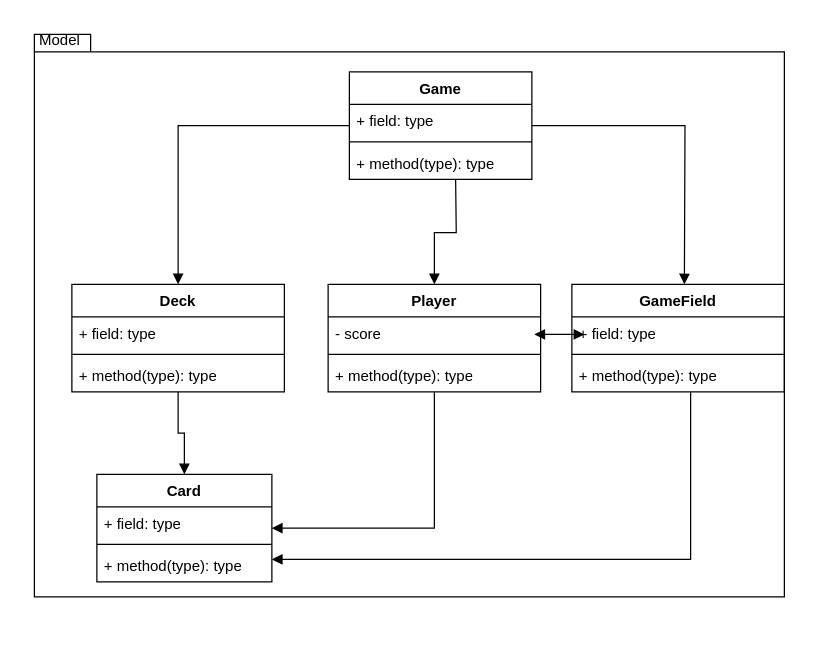
Before: page "ServerModel" (4 of 10) of Deliveries/UML.drawio in EliaDallanoce432/IS24-LB08, a draw.io diagram. Source tidied: cells renumbered, new cells numbered last; positions are measured from the earlier drawing's top-left corner, leaving out a move shared by most shapes. Both pictures are drawn from the tidied source at 125%, with x=0, y=0 at pixel (21, 21).
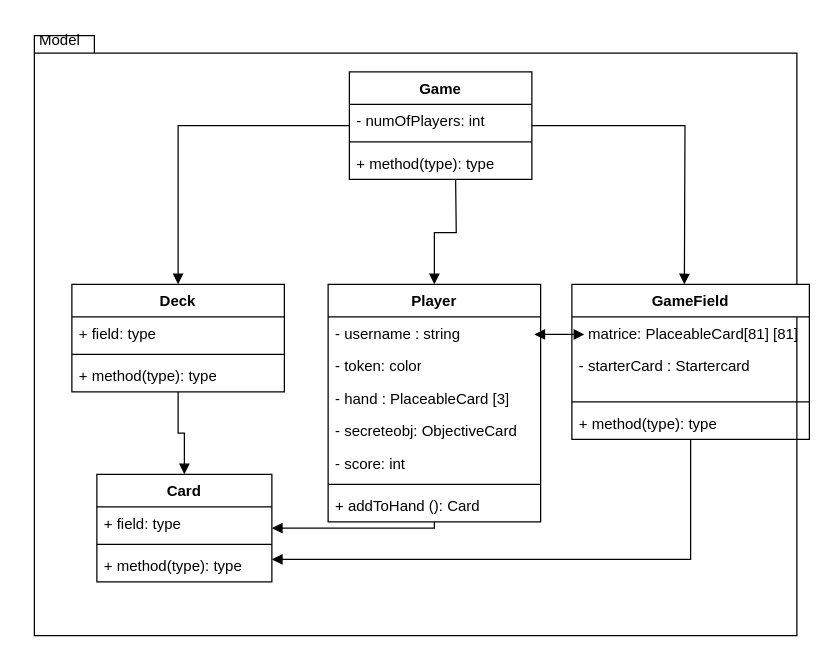
The same diagram, later.

Unchanged cells that the change refers to:
```xml
<mxCell id="3" value="Game" style="swimlane;fontStyle=1;align=center;verticalAlign=top;horizontal=1;startSize=26;whiteSpace=wrap;html=1;" parent="1" vertex="1">
  <mxGeometry x="262" y="40" width="146" height="86" as="geometry" />
</mxCell>
```

The edit, as a diff of the source:
```diff
@@
     <mxCell id="2" style="shape=folder;fontStyle=1;spacingTop=10;tabWidth=40;tabHeight=14;tabPosition=left;html=1;whiteSpace=wrap;" parent="1" vertex="1">
-      <mxGeometry x="10" y="10" width="600" height="450" as="geometry" />
+      <mxGeometry x="10" y="11" width="610" height="480" as="geometry" />
     </mxCell>
@@
-    <mxCell id="4" value="+ field: type" style="text;strokeColor=none;fillColor=none;align=left;verticalAlign=top;spacingLeft=4;spacingRight=4;overflow=hidden;whiteSpace=wrap;html=1;" parent="3" vertex="1">
+    <mxCell id="4" value="- numOfPlayers: int" style="text;strokeColor=none;fillColor=none;align=left;verticalAlign=top;spacingLeft=4;spacingRight=4;overflow=hidden;whiteSpace=wrap;html=1;" parent="3" vertex="1">
       <mxGeometry y="26" width="146" height="26" as="geometry" />
     </mxCell>
@@
     <mxCell id="11" value="GameField" style="swimlane;fontStyle=1;align=center;verticalAlign=top;horizontal=1;startSize=26;whiteSpace=wrap;html=1;" parent="1" vertex="1">
-      <mxGeometry x="440" y="210" width="170" height="86" as="geometry" />
+      <mxGeometry x="440" y="210" width="190" height="124" as="geometry" />
     </mxCell>
+    <mxCell id="31" value="- matrice: PlaceableCard[81] [81]" style="text;strokeColor=none;fillColor=none;align=left;verticalAlign=top;spacingLeft=4;spacingRight=4;overflow=hidden;whiteSpace=wrap;html=1;" parent="11" vertex="1">
+      <mxGeometry y="26" width="190" height="26" as="geometry" />
+    </mxCell>
-    <mxCell id="12" value="+ field: type" style="text;strokeColor=none;fillColor=none;align=left;verticalAlign=top;spacingLeft=4;spacingRight=4;overflow=hidden;whiteSpace=wrap;html=1;" parent="11" vertex="1">
-      <mxGeometry y="26" width="170" height="26" as="geometry" />
+    <mxCell id="12" value="- starterCard : Startercard" style="text;strokeColor=none;fillColor=none;align=left;verticalAlign=top;spacingLeft=4;spacingRight=4;overflow=hidden;whiteSpace=wrap;html=1;" parent="11" vertex="1">
+      <mxGeometry y="52" width="190" height="38" as="geometry" />
     </mxCell>
     <mxCell id="13" style="line;strokeWidth=1;fillColor=none;align=left;verticalAlign=middle;spacingTop=-1;spacingLeft=3;spacingRight=3;labelPosition=right;strokeColor=inherit;" parent="11" vertex="1">
-      <mxGeometry y="52" width="170" height="8" as="geometry" />
+      <mxGeometry y="90" width="190" height="8" as="geometry" />
     </mxCell>
     <mxCell id="14" value="+ method(type): type" style="text;strokeColor=none;fillColor=none;align=left;verticalAlign=top;spacingLeft=4;spacingRight=4;overflow=hidden;whiteSpace=wrap;html=1;" parent="11" vertex="1">
-      <mxGeometry y="60" width="170" height="26" as="geometry" />
+      <mxGeometry y="98" width="190" height="26" as="geometry" />
     </mxCell>
@@
     <mxCell id="19" value="Player" style="swimlane;fontStyle=1;align=center;verticalAlign=top;horizontal=1;startSize=26;whiteSpace=wrap;html=1;" parent="1" vertex="1">
-      <mxGeometry x="245" y="210" width="170" height="86" as="geometry" />
+      <mxGeometry x="245" y="210" width="170" height="190" as="geometry" />
     </mxCell>
+    <mxCell id="32" value="- username : string" style="text;strokeColor=none;fillColor=none;align=left;verticalAlign=top;spacingLeft=4;spacingRight=4;overflow=hidden;whiteSpace=wrap;html=1;" parent="19" vertex="1">
+      <mxGeometry y="26" width="170" height="26" as="geometry" />
+    </mxCell>
+    <mxCell id="33" value="- token: color" style="text;strokeColor=none;fillColor=none;align=left;verticalAlign=top;spacingLeft=4;spacingRight=4;overflow=hidden;whiteSpace=wrap;html=1;" parent="19" vertex="1">
+      <mxGeometry y="52" width="170" height="26" as="geometry" />
+    </mxCell>
+    <mxCell id="34" value="- hand : PlaceableCard [3]" style="text;strokeColor=none;fillColor=none;align=left;verticalAlign=top;spacingLeft=4;spacingRight=4;overflow=hidden;whiteSpace=wrap;html=1;" parent="19" vertex="1">
+      <mxGeometry y="78" width="170" height="26" as="geometry" />
+    </mxCell>
+    <mxCell id="35" value="- secreteobj: ObjectiveCard" style="text;strokeColor=none;fillColor=none;align=left;verticalAlign=top;spacingLeft=4;spacingRight=4;overflow=hidden;whiteSpace=wrap;html=1;" parent="19" vertex="1">
+      <mxGeometry y="104" width="170" height="26" as="geometry" />
+    </mxCell>
-    <mxCell id="20" value="- score" style="text;strokeColor=none;fillColor=none;align=left;verticalAlign=top;spacingLeft=4;spacingRight=4;overflow=hidden;whiteSpace=wrap;html=1;" parent="19" vertex="1">
-      <mxGeometry y="26" width="170" height="26" as="geometry" />
+    <mxCell id="20" value="- score: int" style="text;strokeColor=none;fillColor=none;align=left;verticalAlign=top;spacingLeft=4;spacingRight=4;overflow=hidden;whiteSpace=wrap;html=1;" parent="19" vertex="1">
+      <mxGeometry y="130" width="170" height="26" as="geometry" />
     </mxCell>
     <mxCell id="21" style="line;strokeWidth=1;fillColor=none;align=left;verticalAlign=middle;spacingTop=-1;spacingLeft=3;spacingRight=3;labelPosition=right;strokeColor=inherit;" parent="19" vertex="1">
-      <mxGeometry y="52" width="170" height="8" as="geometry" />
+      <mxGeometry y="156" width="170" height="8" as="geometry" />
     </mxCell>
-    <mxCell id="22" value="+ method(type): type" style="text;strokeColor=none;fillColor=none;align=left;verticalAlign=top;spacingLeft=4;spacingRight=4;overflow=hidden;whiteSpace=wrap;html=1;" parent="19" vertex="1">
-      <mxGeometry y="60" width="170" height="26" as="geometry" />
+    <mxCell id="22" value="+ addToHand (): Card" style="text;strokeColor=none;fillColor=none;align=left;verticalAlign=top;spacingLeft=4;spacingRight=4;overflow=hidden;whiteSpace=wrap;html=1;" parent="19" vertex="1">
+      <mxGeometry y="164" width="170" height="26" as="geometry" />
     </mxCell>
```
